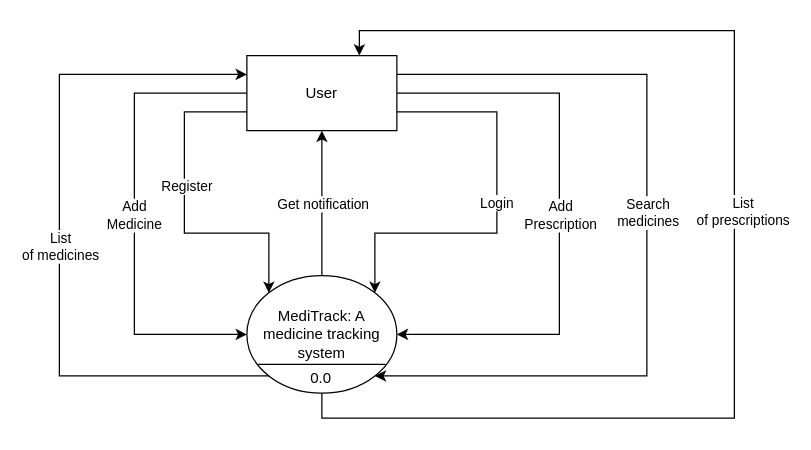
The draw.io diagram DFD_Level-0_Diagram.drawio in SJPatel123/CP-III, before the edit. Source tidied: cells renumbered, new cells numbered last; positions are measured from the earlier drawing's top-left corner, leaving out a move shared by most shapes. Both pictures are drawn from the tidied source at 125%, with x=0, y=0 at pixel (59, 30).
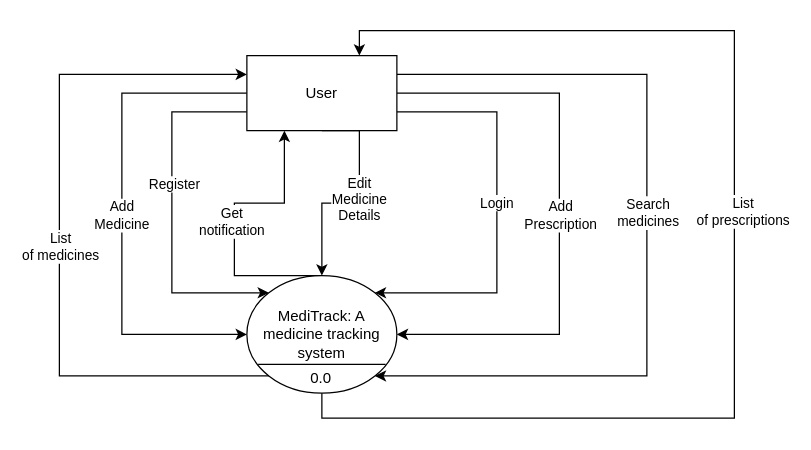
The same page after the edit.

Unchanged cells that the change refers to:
```xml
<mxCell id="4" value="MediTrack: A medicine tracking system" style="ellipse;whiteSpace=wrap;html=1;" parent="1" vertex="1">
  <mxGeometry x="150" y="196" width="120" height="94" as="geometry" />
</mxCell>
<mxCell id="19" value="User" style="rounded=0;whiteSpace=wrap;html=1;" parent="1" vertex="1">
  <mxGeometry x="150" y="20" width="120" height="60" as="geometry" />
</mxCell>
```

Change to the diagram source:
```diff
@@
-    <mxCell id="2" style="edgeStyle=orthogonalEdgeStyle;rounded=0;jettySize=auto;html=1;exitX=0.5;exitY=0;exitDx=0;exitDy=0;entryX=0.5;entryY=1;entryDx=0;entryDy=0;" parent="1" edge="1" source="4" target="19">
-      <mxGeometry relative="1" as="geometry" />
+    <mxCell id="2" style="edgeStyle=orthogonalEdgeStyle;rounded=0;jettySize=auto;html=1;exitX=0.5;exitY=0;exitDx=0;exitDy=0;entryX=0.25;entryY=1;entryDx=0;entryDy=0;" parent="1" edge="1" source="4" target="19">
+      <mxGeometry relative="1" as="geometry">
+        <Array as="points">
+          <mxPoint x="140" y="196" />
+          <mxPoint x="140" y="138" />
+          <mxPoint x="180" y="138" />
+        </Array>
+      </mxGeometry>
     </mxCell>
-    <mxCell id="3" value="Get notification" style="edgeLabel;html=1;align=center;verticalAlign=middle;" parent="2" vertex="1">
+    <mxCell id="3" value="Get&lt;br&gt;notification" style="edgeLabel;html=1;align=center;verticalAlign=middle;" parent="2" vertex="1">
       <mxGeometry x="0.03" relative="1" as="geometry">
-        <mxPoint y="2" as="offset" />
+        <mxPoint x="-3" y="2" as="offset" />
       </mxGeometry>
     </mxCell>
@@
     <mxCell id="5" style="edgeStyle=orthogonalEdgeStyle;rounded=0;jettySize=auto;html=1;exitX=0;exitY=0.5;exitDx=0;exitDy=0;entryX=0;entryY=0.5;entryDx=0;entryDy=0;" parent="1" edge="1" source="19" target="4">
       <mxGeometry relative="1" as="geometry">
         <Array as="points">
-          <mxPoint x="60" y="50" />
-          <mxPoint x="60" y="243" />
+          <mxPoint x="50" y="50" />
+          <mxPoint x="50" y="243" />
         </Array>
       </mxGeometry>
     </mxCell>
@@
     <mxCell id="15" style="edgeStyle=orthogonalEdgeStyle;rounded=0;jettySize=auto;html=1;exitX=0;exitY=0.75;exitDx=0;exitDy=0;entryX=0;entryY=0;entryDx=0;entryDy=0;" parent="1" edge="1" source="19" target="4">
       <mxGeometry relative="1" as="geometry">
         <Array as="points">
-          <mxPoint x="100" y="65" />
-          <mxPoint x="100" y="162" />
+          <mxPoint x="90" y="65" />
+          <mxPoint x="90" y="210" />
         </Array>
       </mxGeometry>
     </mxCell>
@@
     <mxCell id="17" style="edgeStyle=orthogonalEdgeStyle;rounded=0;jettySize=auto;html=1;exitX=1;exitY=0.75;exitDx=0;exitDy=0;entryX=1;entryY=0;entryDx=0;entryDy=0;" parent="1" edge="1" source="19" target="4">
       <mxGeometry relative="1" as="geometry">
         <Array as="points">
           <mxPoint x="350" y="65" />
-          <mxPoint x="350" y="162" />
-          <mxPoint x="252" y="162" />
+          <mxPoint x="350" y="210" />
         </Array>
       </mxGeometry>
     </mxCell>
@@
+    <mxCell id="22" style="edgeStyle=orthogonalEdgeStyle;rounded=0;jettySize=auto;html=1;exitX=0.5;exitY=1;exitDx=0;exitDy=0;entryX=0.5;entryY=0;entryDx=0;entryDy=0;" parent="1" edge="1" source="19" target="4">
+      <mxGeometry relative="1" as="geometry">
+        <Array as="points">
+          <mxPoint x="240" y="80" />
+          <mxPoint x="240" y="138" />
+          <mxPoint x="210" y="138" />
+        </Array>
+      </mxGeometry>
+    </mxCell>
+    <mxCell id="23" value="Edit&lt;br&gt;Medicine&lt;br&gt;Details" style="edgeLabel;html=1;align=center;verticalAlign=middle;" parent="22" vertex="1">
+      <mxGeometry x="-0.05" y="-1" relative="1" as="geometry" />
+    </mxCell>
```
